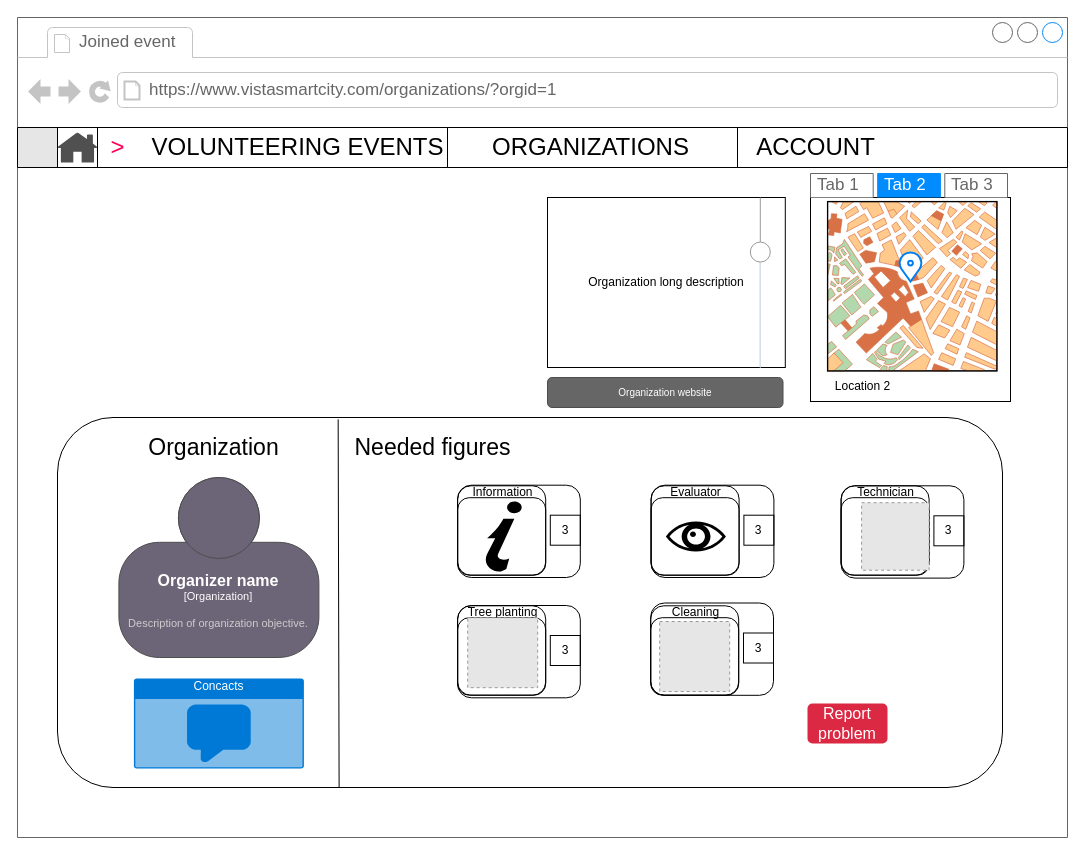
Before: project/organizationmockup.drawio in josura/HCI, a draw.io diagram. Source tidied: cells renumbered, new cells numbered last; positions are measured from the earlier drawing's top-left corner, leaving out a move shared by most shapes. Both pictures are drawn from the tidied source at 100%, with x=0, y=0 at pixel (17, 17). Pictures stored in the file or linked from it are replaced by grey dashed boxes.
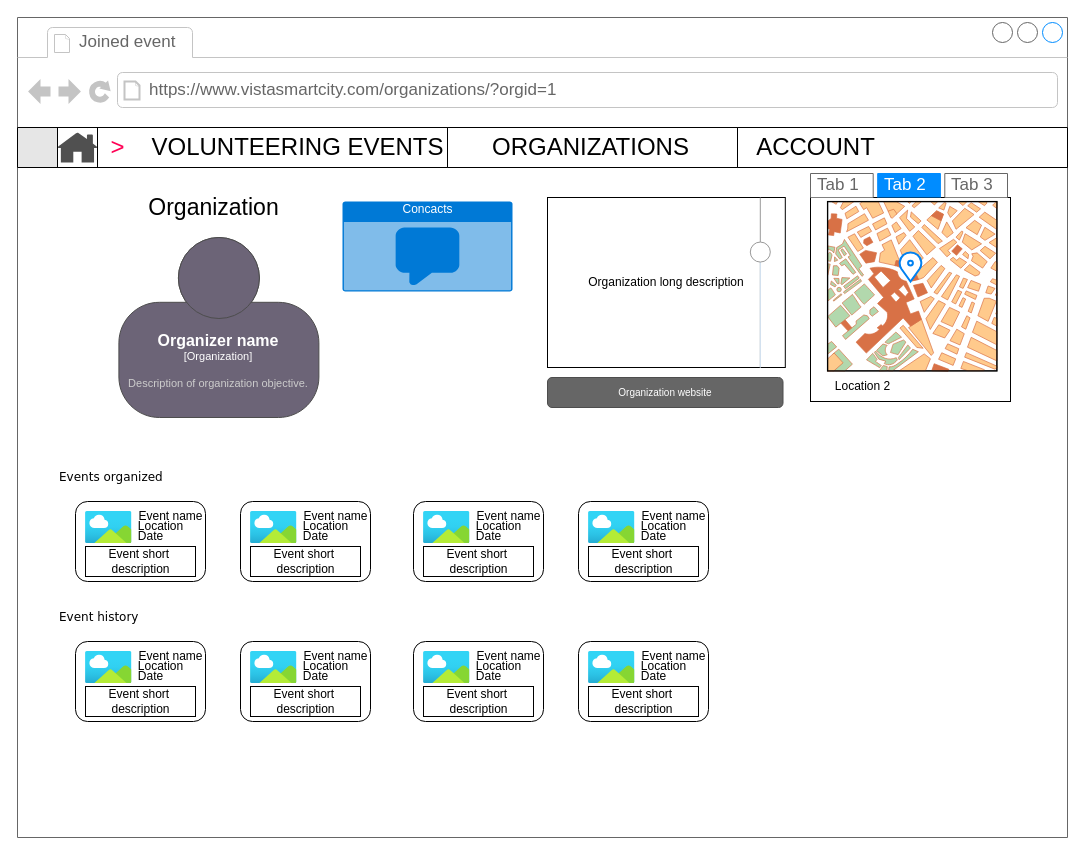
Above is the later version.

Unchanged cells that the change refers to:
```xml
<mxCell id="2" style="strokeWidth=1;shadow=0;dashed=0;align=center;html=1;shape=mxgraph.mockup.containers.browserWindow;rSize=0;strokeColor=#666666;mainText=,;rounded=0;labelBackgroundColor=none;fontFamily=Verdana;fontSize=12;" parent="1" vertex="1">
  <mxGeometry width="1050" height="820" as="geometry" />
</mxCell>
```

Diff of the diagram source:
```diff
@@
-    <mxCell id="5" style="rounded=1;whiteSpace=wrap;html=1;" parent="2" vertex="1">
-      <mxGeometry x="40" y="400" width="945" height="370" as="geometry" />
-    </mxCell>
@@
     <object id="8" label="&lt;font style=&quot;font-size: 16px&quot;&gt;&lt;b&gt;%c4Name%&lt;/b&gt;&lt;/font&gt;&lt;div&gt;[%c4Type%]&lt;/div&gt;&lt;br&gt;&lt;div&gt;&lt;font style=&quot;font-size: 11px&quot;&gt;&lt;font color=&quot;#cccccc&quot;&gt;%c4Description%&lt;/font&gt;&lt;/div&gt;" c4Description="Description of organization objective." c4Name="Organizer name" c4Type="Organization" placeholders="1">
       <mxCell style="html=1;fontSize=11;dashed=0;whiteSpace=wrap;fillColor=#6C6477;strokeColor=#4D4D4D;fontColor=#ffffff;shape=mxgraph.c4.person2;align=center;" parent="2" vertex="1">
-        <mxGeometry x="101.4" y="460" width="200" height="180" as="geometry" />
+        <mxGeometry x="101.4" y="220" width="200" height="180" as="geometry" />
       </mxCell>
     </object>
@@
     <mxCell id="13" value="&lt;font style=&quot;font-size: 23px;&quot;&gt;Organization&lt;/font&gt;" style="text;html=1;align=center;verticalAlign=middle;strokeColor=none;fillColor=none;" parent="2" vertex="1">
-      <mxGeometry x="121.4" y="410" width="150" height="40" as="geometry" />
+      <mxGeometry x="121.4" y="170" width="150" height="40" as="geometry" />
     </mxCell>
@@
     <mxCell id="15" value="Concacts" style="html=1;strokeColor=none;fillColor=#0079D6;labelPosition=center;verticalLabelPosition=middle;verticalAlign=top;align=center;fontSize=12;spacingTop=-6;fontColor=#FFFFFF;sketch=0;shape=mxgraph.sitemap.chat;" parent="2" vertex="1">
-      <mxGeometry x="116.4" y="661" width="170" height="90" as="geometry" />
+      <mxGeometry x="325" y="184" width="170" height="90" as="geometry" />
     </mxCell>
-    <mxCell id="16" value="Report problem" style="html=1;shadow=0;dashed=0;shape=mxgraph.bootstrap.rrect;rSize=5;strokeColor=none;strokeWidth=1;fillColor=#DB2843;fontColor=#FFFFFF;whiteSpace=wrap;align=center;verticalAlign=middle;spacingLeft=0;fontStyle=0;fontSize=16;spacing=5;" parent="2" vertex="1">
-      <mxGeometry x="790" y="686" width="80" height="40" as="geometry" />
-    </mxCell>
-    <mxCell id="17" style="endArrow=none;html=1;rounded=0;exitX=0.298;exitY=0.999;exitDx=0;exitDy=0;exitPerimeter=0;entryX=0.297;entryY=0.005;entryDx=0;entryDy=0;entryPerimeter=0;" parent="2" edge="1" source="5" target="5">
-      <mxGeometry relative="1" as="geometry" />
-    </mxCell>
-    <mxCell id="18" value="&lt;font style=&quot;font-size: 23px;&quot;&gt;Needed figures&lt;/font&gt;" style="text;html=1;align=center;verticalAlign=middle;strokeColor=none;fillColor=none;" parent="2" vertex="1">
-      <mxGeometry x="325" y="410" width="180" height="40" as="geometry" />
-    </mxCell>
-    <mxCell id="19" style="group;" parent="2" vertex="1">
-      <mxGeometry x="440.2" y="587.7" width="94.8" height="90" as="geometry" />
-    </mxCell>
-    <mxCell id="20" style="rounded=1;whiteSpace=wrap;html=1;" parent="19" vertex="1">
-      <mxGeometry y="12.5" width="88" height="77.5" as="geometry" />
-    </mxCell>
-    <mxCell id="21" style="rounded=1;whiteSpace=wrap;html=1;fillColor=none;" parent="19" vertex="1">
-      <mxGeometry y="0.6" width="88" height="89.4" as="geometry" />
-    </mxCell>
-    <mxCell id="22" value="Tree planting" style="text;html=1;align=center;verticalAlign=middle;strokeColor=none;fillColor=none;" parent="19" vertex="1">
-      <mxGeometry x="-0.2" y="-7.7" width="90" height="30" as="geometry" />
-    </mxCell>
-    <mxCell id="23" style="fillColor=#E6E6E6;strokeColor=#999999;dashed=1;html=1;verticalAlign=top;verticalLabelPosition=bottom;labelBackgroundColor=#ffffff;" parent="19" vertex="1">
-      <mxGeometry x="10" y="12.5" width="70" height="70" as="geometry" />
-    </mxCell>
-    <mxCell id="24" style="group;" parent="2" vertex="1">
-      <mxGeometry x="633.2" y="587.7" width="94.8" height="90" as="geometry" />
-    </mxCell>
-    <mxCell id="25" style="rounded=1;whiteSpace=wrap;html=1;" parent="24" vertex="1">
-      <mxGeometry y="12.5" width="88" height="77.5" as="geometry" />
-    </mxCell>
-    <mxCell id="26" style="rounded=1;whiteSpace=wrap;html=1;fillColor=none;" parent="24" vertex="1">
-      <mxGeometry y="0.6" width="88" height="89.4" as="geometry" />
-    </mxCell>
-    <mxCell id="27" value="Cleaning" style="text;html=1;align=center;verticalAlign=middle;strokeColor=none;fillColor=none;" parent="24" vertex="1">
-      <mxGeometry x="9.8" y="-7.7" width="70" height="30" as="geometry" />
-    </mxCell>
-    <mxCell id="28" style="fillColor=#E6E6E6;strokeColor=#999999;dashed=1;html=1;verticalAlign=top;verticalLabelPosition=bottom;labelBackgroundColor=#ffffff;" parent="24" vertex="1">
-      <mxGeometry x="9" y="16.3" width="70" height="70" as="geometry" />
-    </mxCell>
-    <mxCell id="29" style="group;" parent="2" vertex="1">
-      <mxGeometry x="440.2" y="467.7" width="94.8" height="90" as="geometry" />
-    </mxCell>
-    <mxCell id="30" style="rounded=1;whiteSpace=wrap;html=1;" parent="29" vertex="1">
-      <mxGeometry y="12.5" width="88" height="77.5" as="geometry" />
-    </mxCell>
-    <mxCell id="31" style="rounded=1;whiteSpace=wrap;html=1;fillColor=none;" parent="29" vertex="1">
-      <mxGeometry y="0.6" width="88" height="89.4" as="geometry" />
-    </mxCell>
-    <mxCell id="32" value="Information" style="text;html=1;align=center;verticalAlign=middle;strokeColor=none;fillColor=none;" parent="29" vertex="1">
-      <mxGeometry x="4.8" y="-7.7" width="80" height="30" as="geometry" />
-    </mxCell>
-    <mxCell id="33" style="shape=mxgraph.signs.travel.information_2;html=1;fillColor=#000000;strokeColor=none;verticalLabelPosition=bottom;verticalAlign=top;align=center;" parent="29" vertex="1">
-      <mxGeometry x="24" y="16.3" width="40" height="70" as="geometry" />
-    </mxCell>
-    <mxCell id="34" style="group;" parent="2" vertex="1">
-      <mxGeometry x="633.6" y="467.7" width="122.8" height="92.3" as="geometry" />
-    </mxCell>
-    <mxCell id="35" style="rounded=1;whiteSpace=wrap;html=1;" parent="34" vertex="1">
-      <mxGeometry y="12.5" width="88" height="77.5" as="geometry" />
-    </mxCell>
-    <mxCell id="36" style="rounded=1;whiteSpace=wrap;html=1;fillColor=none;" parent="34" vertex="1">
-      <mxGeometry y="0.6" width="88" height="89.4" as="geometry" />
-    </mxCell>
-    <mxCell id="37" value="Evaluator" style="text;html=1;align=center;verticalAlign=middle;strokeColor=none;fillColor=none;" parent="34" vertex="1">
-      <mxGeometry x="9.8" y="-7.7" width="70" height="30" as="geometry" />
-    </mxCell>
-    <mxCell id="38" style="shape=mxgraph.signs.healthcare.eye;html=1;fillColor=#000000;strokeColor=none;verticalLabelPosition=bottom;verticalAlign=top;align=center;" parent="34" vertex="1">
-      <mxGeometry x="14.8" y="36.3" width="60" height="30" as="geometry" />
-    </mxCell>
-    <mxCell id="39" value="3" style="rounded=0;whiteSpace=wrap;html=1;fillColor=none;" parent="34" vertex="1">
-      <mxGeometry x="92.8" y="30" width="30" height="30" as="geometry" />
-    </mxCell>
-    <mxCell id="40" style="rounded=1;whiteSpace=wrap;html=1;fillColor=none;" parent="34" vertex="1">
-      <mxGeometry width="122.8" height="92.3" as="geometry" />
-    </mxCell>
-    <mxCell id="41" style="group;" parent="2" vertex="1">
-      <mxGeometry x="823.6" y="467.7" width="122.8" height="120.3" as="geometry" />
-    </mxCell>
-    <mxCell id="42" style="rounded=1;whiteSpace=wrap;html=1;" parent="41" vertex="1">
-      <mxGeometry y="12.5" width="88" height="77.5" as="geometry" />
-    </mxCell>
-    <mxCell id="43" style="rounded=1;whiteSpace=wrap;html=1;fillColor=none;" parent="41" vertex="1">
-      <mxGeometry y="0.6" width="88" height="89.4" as="geometry" />
-    </mxCell>
-    <mxCell id="44" value="Technician" style="text;html=1;align=center;verticalAlign=middle;strokeColor=none;fillColor=none;" parent="41" vertex="1">
-      <mxGeometry x="4.8" y="-7.7" width="80" height="30" as="geometry" />
-    </mxCell>
-    <mxCell id="45" style="fillColor=#E6E6E6;strokeColor=#999999;dashed=1;html=1;verticalAlign=top;verticalLabelPosition=bottom;labelBackgroundColor=#ffffff;" parent="41" vertex="1">
-      <mxGeometry x="20.5" y="17.5" width="67.5" height="67.5" as="geometry" />
-    </mxCell>
-    <mxCell id="46" value="3" style="rounded=0;whiteSpace=wrap;html=1;fillColor=none;" parent="41" vertex="1">
-      <mxGeometry x="92.8" y="30.6" width="30" height="30" as="geometry" />
-    </mxCell>
-    <mxCell id="47" style="rounded=1;whiteSpace=wrap;html=1;fillColor=none;" parent="41" vertex="1">
-      <mxGeometry y="0.6" width="122.8" height="92.3" as="geometry" />
-    </mxCell>
-    <mxCell id="48" style="rounded=1;whiteSpace=wrap;html=1;fillColor=none;" parent="2" vertex="1">
-      <mxGeometry x="440" y="467.7" width="122.8" height="92.3" as="geometry" />
-    </mxCell>
-    <mxCell id="49" value="3" style="rounded=0;whiteSpace=wrap;html=1;fillColor=none;" parent="2" vertex="1">
-      <mxGeometry x="532.8" y="497.7" width="30" height="30" as="geometry" />
-    </mxCell>
-    <mxCell id="50" value="3" style="rounded=0;whiteSpace=wrap;html=1;fillColor=none;" parent="2" vertex="1">
-      <mxGeometry x="726" y="615.5" width="30" height="30" as="geometry" />
-    </mxCell>
-    <mxCell id="51" style="rounded=1;whiteSpace=wrap;html=1;fillColor=none;" parent="2" vertex="1">
-      <mxGeometry x="633.2" y="585.5" width="122.8" height="92.3" as="geometry" />
-    </mxCell>
-    <mxCell id="52" value="3" style="rounded=0;whiteSpace=wrap;html=1;fillColor=none;" parent="2" vertex="1">
-      <mxGeometry x="532.8" y="618" width="30" height="30" as="geometry" />
-    </mxCell>
-    <mxCell id="53" style="rounded=1;whiteSpace=wrap;html=1;fillColor=none;" parent="2" vertex="1">
-      <mxGeometry x="440" y="588" width="122.8" height="92.3" as="geometry" />
-    </mxCell>
@@
+    <mxCell id="69" value="Events organized" style="text;html=1;align=left;verticalAlign=top;spacingTop=-4;fontSize=12;fontFamily=Verdana;whiteSpace=wrap;" parent="2" vertex="1">
+      <mxGeometry x="40" y="450" width="240" height="40" as="geometry" />
+    </mxCell>
+    <mxCell id="70" style="rounded=1;whiteSpace=wrap;html=1;" parent="2" vertex="1">
+      <mxGeometry x="58" y="484" width="130" height="80" as="geometry" />
+    </mxCell>
+    <mxCell id="71" style="html=1;align=center;image;fontSize=12;image=img/lib/azure2/general/Image.svg;" parent="2" vertex="1">
+      <mxGeometry x="68" y="494" width="46.5" height="32" as="geometry" />
+    </mxCell>
+    <mxCell id="72" value="Event name" style="text;html=1;align=center;verticalAlign=middle;strokeColor=none;fillColor=none;" parent="2" vertex="1">
+      <mxGeometry x="108" y="484" width="90" height="30" as="geometry" />
+    </mxCell>
+    <mxCell id="73" value="Location" style="text;html=1;align=center;verticalAlign=middle;strokeColor=none;fillColor=none;" parent="2" vertex="1">
+      <mxGeometry x="108" y="494" width="70" height="30" as="geometry" />
+    </mxCell>
+    <mxCell id="74" value="Date" style="text;html=1;align=center;verticalAlign=middle;strokeColor=none;fillColor=none;" parent="2" vertex="1">
+      <mxGeometry x="108" y="504" width="50" height="30" as="geometry" />
+    </mxCell>
+    <mxCell id="75" style="rounded=0;whiteSpace=wrap;html=1;" parent="2" vertex="1">
+      <mxGeometry x="68" y="529" width="110" height="30" as="geometry" />
+    </mxCell>
+    <mxCell id="76" value="Event short&amp;nbsp;&lt;br&gt;description" style="text;html=1;align=center;verticalAlign=middle;strokeColor=none;fillColor=none;" parent="2" vertex="1">
+      <mxGeometry x="78" y="524" width="90" height="40" as="geometry" />
+    </mxCell>
+    <mxCell id="77" style="rounded=1;whiteSpace=wrap;html=1;" parent="2" vertex="1">
+      <mxGeometry x="223" y="484" width="130" height="80" as="geometry" />
+    </mxCell>
+    <mxCell id="78" style="html=1;align=center;image;fontSize=12;image=img/lib/azure2/general/Image.svg;" parent="2" vertex="1">
+      <mxGeometry x="233" y="494" width="46.5" height="32" as="geometry" />
+    </mxCell>
+    <mxCell id="79" value="Event name" style="text;html=1;align=center;verticalAlign=middle;strokeColor=none;fillColor=none;" parent="2" vertex="1">
+      <mxGeometry x="273" y="484" width="90" height="30" as="geometry" />
+    </mxCell>
+    <mxCell id="80" value="Location" style="text;html=1;align=center;verticalAlign=middle;strokeColor=none;fillColor=none;" parent="2" vertex="1">
+      <mxGeometry x="273" y="494" width="70" height="30" as="geometry" />
+    </mxCell>
+    <mxCell id="81" value="Date" style="text;html=1;align=center;verticalAlign=middle;strokeColor=none;fillColor=none;" parent="2" vertex="1">
+      <mxGeometry x="273" y="504" width="50" height="30" as="geometry" />
+    </mxCell>
+    <mxCell id="82" style="rounded=0;whiteSpace=wrap;html=1;" parent="2" vertex="1">
+      <mxGeometry x="233" y="529" width="110" height="30" as="geometry" />
+    </mxCell>
+    <mxCell id="83" value="Event short&amp;nbsp;&lt;br&gt;description" style="text;html=1;align=center;verticalAlign=middle;strokeColor=none;fillColor=none;" parent="2" vertex="1">
+      <mxGeometry x="243" y="524" width="90" height="40" as="geometry" />
+    </mxCell>
+    <mxCell id="84" style="rounded=1;whiteSpace=wrap;html=1;" parent="2" vertex="1">
+      <mxGeometry x="396" y="484" width="130" height="80" as="geometry" />
+    </mxCell>
+    <mxCell id="85" style="html=1;align=center;image;fontSize=12;image=img/lib/azure2/general/Image.svg;" parent="2" vertex="1">
+      <mxGeometry x="406" y="494" width="46.5" height="32" as="geometry" />
+    </mxCell>
+    <mxCell id="86" value="Event name" style="text;html=1;align=center;verticalAlign=middle;strokeColor=none;fillColor=none;" parent="2" vertex="1">
+      <mxGeometry x="446" y="484" width="90" height="30" as="geometry" />
+    </mxCell>
+    <mxCell id="87" value="Location" style="text;html=1;align=center;verticalAlign=middle;strokeColor=none;fillColor=none;" parent="2" vertex="1">
+      <mxGeometry x="446" y="494" width="70" height="30" as="geometry" />
+    </mxCell>
+    <mxCell id="88" value="Date" style="text;html=1;align=center;verticalAlign=middle;strokeColor=none;fillColor=none;" parent="2" vertex="1">
+      <mxGeometry x="446" y="504" width="50" height="30" as="geometry" />
+    </mxCell>
+    <mxCell id="89" style="rounded=0;whiteSpace=wrap;html=1;" parent="2" vertex="1">
+      <mxGeometry x="406" y="529" width="110" height="30" as="geometry" />
+    </mxCell>
+    <mxCell id="90" value="Event short&amp;nbsp;&lt;br&gt;description" style="text;html=1;align=center;verticalAlign=middle;strokeColor=none;fillColor=none;" parent="2" vertex="1">
+      <mxGeometry x="416" y="524" width="90" height="40" as="geometry" />
+    </mxCell>
+    <mxCell id="91" style="rounded=1;whiteSpace=wrap;html=1;" parent="2" vertex="1">
+      <mxGeometry x="561" y="484" width="130" height="80" as="geometry" />
+    </mxCell>
+    <mxCell id="92" style="html=1;align=center;image;fontSize=12;image=img/lib/azure2/general/Image.svg;" parent="2" vertex="1">
+      <mxGeometry x="571" y="494" width="46.5" height="32" as="geometry" />
+    </mxCell>
+    <mxCell id="93" value="Event name" style="text;html=1;align=center;verticalAlign=middle;strokeColor=none;fillColor=none;" parent="2" vertex="1">
+      <mxGeometry x="611" y="484" width="90" height="30" as="geometry" />
+    </mxCell>
+    <mxCell id="94" value="Location" style="text;html=1;align=center;verticalAlign=middle;strokeColor=none;fillColor=none;" parent="2" vertex="1">
+      <mxGeometry x="611" y="494" width="70" height="30" as="geometry" />
+    </mxCell>
+    <mxCell id="95" value="Date" style="text;html=1;align=center;verticalAlign=middle;strokeColor=none;fillColor=none;" parent="2" vertex="1">
+      <mxGeometry x="611" y="504" width="50" height="30" as="geometry" />
+    </mxCell>
+    <mxCell id="96" style="rounded=0;whiteSpace=wrap;html=1;" parent="2" vertex="1">
+      <mxGeometry x="571" y="529" width="110" height="30" as="geometry" />
+    </mxCell>
+    <mxCell id="97" value="Event short&amp;nbsp;&lt;br&gt;description" style="text;html=1;align=center;verticalAlign=middle;strokeColor=none;fillColor=none;" parent="2" vertex="1">
+      <mxGeometry x="581" y="524" width="90" height="40" as="geometry" />
+    </mxCell>
+    <mxCell id="98" value="Event history" style="text;html=1;align=left;verticalAlign=top;spacingTop=-4;fontSize=12;fontFamily=Verdana;whiteSpace=wrap;" parent="2" vertex="1">
+      <mxGeometry x="40" y="590" width="240" height="40" as="geometry" />
+    </mxCell>
+    <mxCell id="99" style="rounded=1;whiteSpace=wrap;html=1;" parent="2" vertex="1">
+      <mxGeometry x="58" y="624" width="130" height="80" as="geometry" />
+    </mxCell>
+    <mxCell id="100" style="html=1;align=center;image;fontSize=12;image=img/lib/azure2/general/Image.svg;" parent="2" vertex="1">
+      <mxGeometry x="68" y="634" width="46.5" height="32" as="geometry" />
+    </mxCell>
+    <mxCell id="101" value="Event name" style="text;html=1;align=center;verticalAlign=middle;strokeColor=none;fillColor=none;" parent="2" vertex="1">
+      <mxGeometry x="108" y="624" width="90" height="30" as="geometry" />
+    </mxCell>
+    <mxCell id="102" value="Location" style="text;html=1;align=center;verticalAlign=middle;strokeColor=none;fillColor=none;" parent="2" vertex="1">
+      <mxGeometry x="108" y="634" width="70" height="30" as="geometry" />
+    </mxCell>
+    <mxCell id="103" value="Date" style="text;html=1;align=center;verticalAlign=middle;strokeColor=none;fillColor=none;" parent="2" vertex="1">
+      <mxGeometry x="108" y="644" width="50" height="30" as="geometry" />
+    </mxCell>
+    <mxCell id="104" style="rounded=0;whiteSpace=wrap;html=1;" parent="2" vertex="1">
+      <mxGeometry x="68" y="669" width="110" height="30" as="geometry" />
+    </mxCell>
+    <mxCell id="105" value="Event short&amp;nbsp;&lt;br&gt;description" style="text;html=1;align=center;verticalAlign=middle;strokeColor=none;fillColor=none;" parent="2" vertex="1">
+      <mxGeometry x="78" y="664" width="90" height="40" as="geometry" />
+    </mxCell>
+    <mxCell id="106" style="rounded=1;whiteSpace=wrap;html=1;" parent="2" vertex="1">
+      <mxGeometry x="223" y="624" width="130" height="80" as="geometry" />
+    </mxCell>
+    <mxCell id="107" style="html=1;align=center;image;fontSize=12;image=img/lib/azure2/general/Image.svg;" parent="2" vertex="1">
+      <mxGeometry x="233" y="634" width="46.5" height="32" as="geometry" />
+    </mxCell>
+    <mxCell id="108" value="Event name" style="text;html=1;align=center;verticalAlign=middle;strokeColor=none;fillColor=none;" parent="2" vertex="1">
+      <mxGeometry x="273" y="624" width="90" height="30" as="geometry" />
+    </mxCell>
+    <mxCell id="109" value="Location" style="text;html=1;align=center;verticalAlign=middle;strokeColor=none;fillColor=none;" parent="2" vertex="1">
+      <mxGeometry x="273" y="634" width="70" height="30" as="geometry" />
+    </mxCell>
+    <mxCell id="110" value="Date" style="text;html=1;align=center;verticalAlign=middle;strokeColor=none;fillColor=none;" parent="2" vertex="1">
+      <mxGeometry x="273" y="644" width="50" height="30" as="geometry" />
+    </mxCell>
+    <mxCell id="111" style="rounded=0;whiteSpace=wrap;html=1;" parent="2" vertex="1">
+      <mxGeometry x="233" y="669" width="110" height="30" as="geometry" />
+    </mxCell>
+    <mxCell id="112" value="Event short&amp;nbsp;&lt;br&gt;description" style="text;html=1;align=center;verticalAlign=middle;strokeColor=none;fillColor=none;" parent="2" vertex="1">
+      <mxGeometry x="243" y="664" width="90" height="40" as="geometry" />
+    </mxCell>
+    <mxCell id="113" style="rounded=1;whiteSpace=wrap;html=1;" parent="2" vertex="1">
+      <mxGeometry x="396" y="624" width="130" height="80" as="geometry" />
+    </mxCell>
+    <mxCell id="114" style="html=1;align=center;image;fontSize=12;image=img/lib/azure2/general/Image.svg;" parent="2" vertex="1">
+      <mxGeometry x="406" y="634" width="46.5" height="32" as="geometry" />
+    </mxCell>
+    <mxCell id="115" value="Event name" style="text;html=1;align=center;verticalAlign=middle;strokeColor=none;fillColor=none;" parent="2" vertex="1">
+      <mxGeometry x="446" y="624" width="90" height="30" as="geometry" />
+    </mxCell>
+    <mxCell id="116" value="Location" style="text;html=1;align=center;verticalAlign=middle;strokeColor=none;fillColor=none;" parent="2" vertex="1">
+      <mxGeometry x="446" y="634" width="70" height="30" as="geometry" />
+    </mxCell>
+    <mxCell id="117" value="Date" style="text;html=1;align=center;verticalAlign=middle;strokeColor=none;fillColor=none;" parent="2" vertex="1">
+      <mxGeometry x="446" y="644" width="50" height="30" as="geometry" />
+    </mxCell>
+    <mxCell id="118" style="rounded=0;whiteSpace=wrap;html=1;" parent="2" vertex="1">
+      <mxGeometry x="406" y="669" width="110" height="30" as="geometry" />
+    </mxCell>
+    <mxCell id="119" value="Event short&amp;nbsp;&lt;br&gt;description" style="text;html=1;align=center;verticalAlign=middle;strokeColor=none;fillColor=none;" parent="2" vertex="1">
+      <mxGeometry x="416" y="664" width="90" height="40" as="geometry" />
+    </mxCell>
+    <mxCell id="120" style="rounded=1;whiteSpace=wrap;html=1;" parent="2" vertex="1">
+      <mxGeometry x="561" y="624" width="130" height="80" as="geometry" />
+    </mxCell>
+    <mxCell id="121" style="html=1;align=center;image;fontSize=12;image=img/lib/azure2/general/Image.svg;" parent="2" vertex="1">
+      <mxGeometry x="571" y="634" width="46.5" height="32" as="geometry" />
+    </mxCell>
+    <mxCell id="122" value="Event name" style="text;html=1;align=center;verticalAlign=middle;strokeColor=none;fillColor=none;" parent="2" vertex="1">
+      <mxGeometry x="611" y="624" width="90" height="30" as="geometry" />
+    </mxCell>
+    <mxCell id="123" value="Location" style="text;html=1;align=center;verticalAlign=middle;strokeColor=none;fillColor=none;" parent="2" vertex="1">
+      <mxGeometry x="611" y="634" width="70" height="30" as="geometry" />
+    </mxCell>
+    <mxCell id="124" value="Date" style="text;html=1;align=center;verticalAlign=middle;strokeColor=none;fillColor=none;" parent="2" vertex="1">
+      <mxGeometry x="611" y="644" width="50" height="30" as="geometry" />
+    </mxCell>
+    <mxCell id="125" style="rounded=0;whiteSpace=wrap;html=1;" parent="2" vertex="1">
+      <mxGeometry x="571" y="669" width="110" height="30" as="geometry" />
+    </mxCell>
+    <mxCell id="126" value="Event short&amp;nbsp;&lt;br&gt;description" style="text;html=1;align=center;verticalAlign=middle;strokeColor=none;fillColor=none;" parent="2" vertex="1">
+      <mxGeometry x="581" y="664" width="90" height="40" as="geometry" />
+    </mxCell>
```
